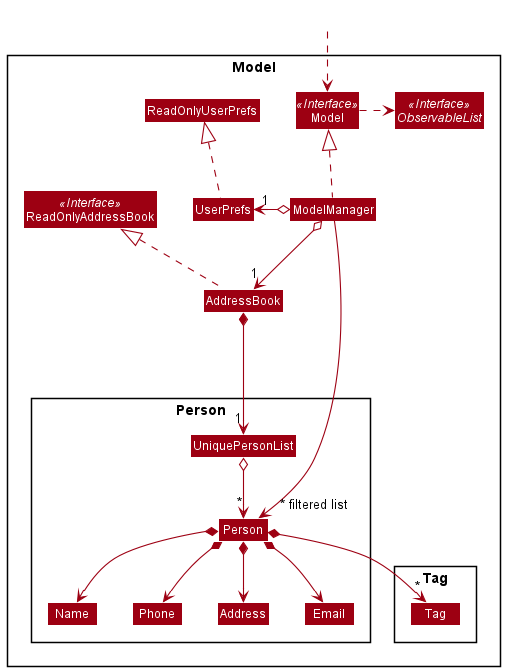
Earlier version of the PlantUML export docs/images/ModelClassDiagram.png (nus-cs2103-AY2021S2/tp). Source of this version:
```plantuml
@startuml
!include style.puml
skinparam arrowThickness 1.1
skinparam arrowColor MODEL_COLOR
skinparam classBackgroundColor MODEL_COLOR

Package Model <<Rectangle>>{
Interface ReadOnlyAddressBook <<Interface>>
Interface Model <<Interface>>
Interface ObservableList <<Interface>>
Class AddressBook
Class ReadOnlyAddressBook
Class Model
Class ModelManager
Class UserPrefs
Class ReadOnlyUserPrefs

Package Person {
Class Person
Class Address
Class Email
Class Name
Class Phone
Class UniquePersonList
}

Package Tag {
Class Tag
}
}

Class HiddenOutside #FFFFFF
HiddenOutside ..> Model

AddressBook .up.|> ReadOnlyAddressBook

ModelManager .up.|> Model
Model .right.> ObservableList
ModelManager o--> "1" AddressBook
ModelManager o-left-> "1" UserPrefs
UserPrefs .up.|> ReadOnlyUserPrefs

AddressBook *--> "1" UniquePersonList
UniquePersonList o--> "*" Person
Person *--> Name
Person *--> Phone
Person *--> Email
Person *--> Address
Person *--> "*" Tag

Name -[hidden]right-> Phone
Phone -[hidden]right-> Address
Address -[hidden]right-> Email

ModelManager ----->" ~* filtered list" Person
@enduml
```
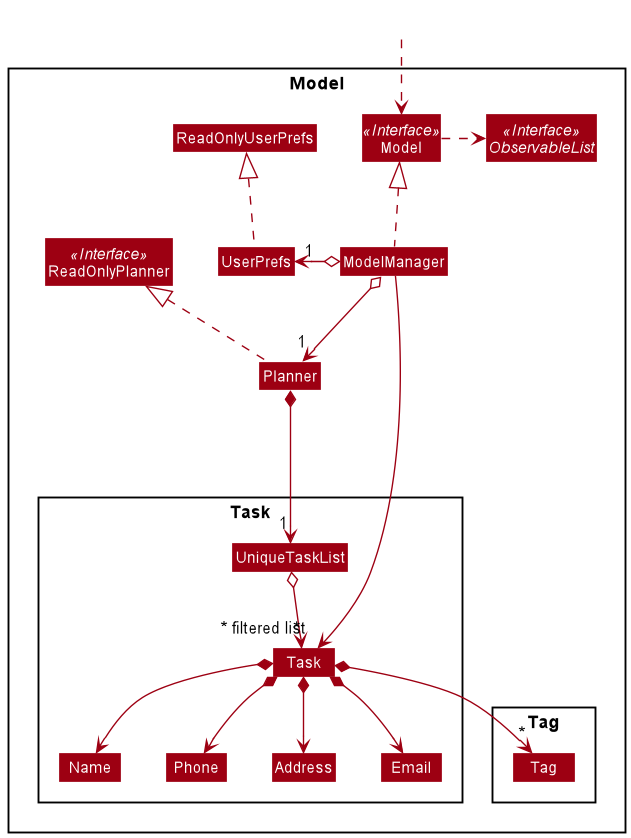
Later version of the same file.

Diff of the diagram source:
```diff
@@ -5,23 +5,23 @@
 skinparam classBackgroundColor MODEL_COLOR
 
 Package Model <<Rectangle>>{
-Interface ReadOnlyAddressBook <<Interface>>
+Interface ReadOnlyPlanner <<Interface>>
 Interface Model <<Interface>>
 Interface ObservableList <<Interface>>
-Class AddressBook
-Class ReadOnlyAddressBook
+Class Planner
+Class ReadOnlyPlanner
 Class Model
 Class ModelManager
 Class UserPrefs
 Class ReadOnlyUserPrefs
 
-Package Person {
-Class Person
+Package Task {
+Class Task
 Class Address
 Class Email
 Class Name
 Class Phone
-Class UniquePersonList
+Class UniqueTaskList
 }
 
 Package Tag {
@@ -32,25 +32,25 @@
 Class HiddenOutside #FFFFFF
 HiddenOutside ..> Model
 
-AddressBook .up.|> ReadOnlyAddressBook
+Planner .up.|> ReadOnlyPlanner
 
 ModelManager .up.|> Model
 Model .right.> ObservableList
-ModelManager o--> "1" AddressBook
+ModelManager o--> "1" Planner
 ModelManager o-left-> "1" UserPrefs
 UserPrefs .up.|> ReadOnlyUserPrefs
 
-AddressBook *--> "1" UniquePersonList
-UniquePersonList o--> "*" Person
-Person *--> Name
-Person *--> Phone
-Person *--> Email
-Person *--> Address
-Person *--> "*" Tag
+Planner *--> "1" UniqueTaskList
+UniqueTaskList o--> "*" Task
+Task *--> Name
+Task *--> Phone
+Task *--> Email
+Task *--> Address
+Task *--> "*" Tag
 
 Name -[hidden]right-> Phone
 Phone -[hidden]right-> Address
 Address -[hidden]right-> Email
 
-ModelManager ----->" ~* filtered list" Person
+ModelManager ----->" ~* filtered list" Task
 @enduml
```
